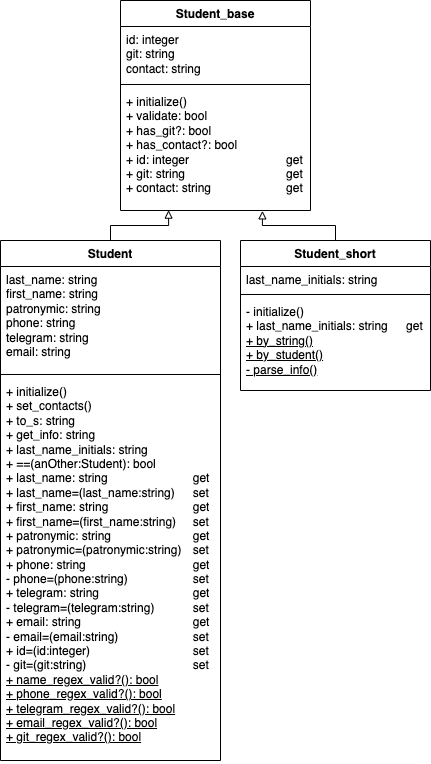
The draw.io diagram Students/UML_Student.png in MishaBlinsky/design_patterns, before a commit. Source tidied: cells renumbered, new cells last; positions are measured from the earlier drawing's top-left corner, leaving out a move shared by most shapes.
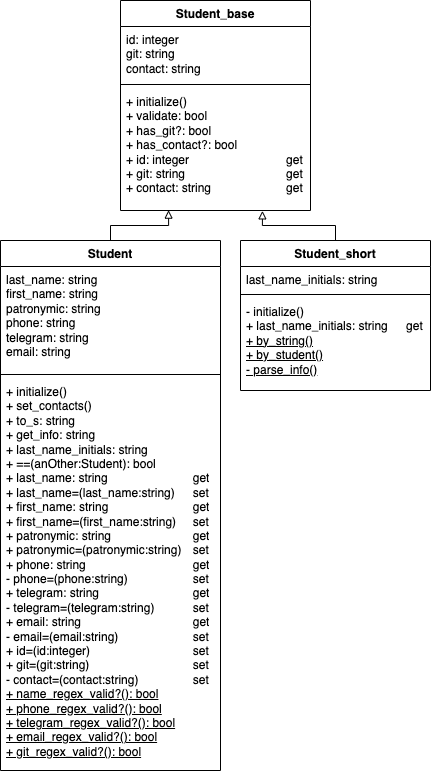
The same diagram one commit later.

Commit message:
Added private contact setter in Student class

Diff of the diagram source:
```diff
@@ -3,7 +3,7 @@
     <mxCell id="0" />
     <mxCell id="1" parent="0" />
     <mxCell id="2" value="Student" style="swimlane;fontStyle=1;align=center;verticalAlign=top;horizontal=1;startSize=26;whiteSpace=wrap;html=1;" parent="1" vertex="1">
-      <mxGeometry y="240" width="220" height="520" as="geometry" />
+      <mxGeometry y="240" width="220" height="530" as="geometry" />
     </mxCell>
     <mxCell id="3" value="last_name: string&lt;div&gt;first_name&lt;span style=&quot;background-color: initial;&quot;&gt;: string&lt;/span&gt;&lt;/div&gt;&lt;div&gt;patronymic&lt;span style=&quot;background-color: initial;&quot;&gt;: string&lt;/span&gt;&lt;/div&gt;&lt;div&gt;phone&lt;span style=&quot;background-color: initial;&quot;&gt;: string&lt;/span&gt;&lt;/div&gt;&lt;div&gt;telegram&lt;span style=&quot;background-color: initial;&quot;&gt;: string&lt;/span&gt;&lt;/div&gt;&lt;div&gt;email&lt;span style=&quot;background-color: initial;&quot;&gt;: string&lt;/span&gt;&lt;/div&gt;" style="text;strokeColor=none;fillColor=none;align=left;verticalAlign=top;spacingLeft=4;spacingRight=4;overflow=hidden;whiteSpace=wrap;html=1;" parent="2" vertex="1">
       <mxGeometry y="26" width="220" height="104" as="geometry" />
@@ -11,8 +11,8 @@
     <mxCell id="4" style="line;strokeWidth=1;fillColor=none;align=left;verticalAlign=middle;spacingTop=-1;spacingLeft=3;spacingRight=3;labelPosition=right;strokeColor=inherit;" parent="2" vertex="1">
       <mxGeometry y="130" width="220" height="8" as="geometry" />
     </mxCell>
-    <mxCell id="5" value="+ initialize()&lt;div&gt;+ set_contacts()&lt;/div&gt;&lt;div&gt;+ to_s&lt;span style=&quot;background-color: initial;&quot;&gt;: string&lt;/span&gt;&lt;/div&gt;&lt;div&gt;&lt;div&gt;+&amp;nbsp;get_info&lt;span style=&quot;background-color: initial;&quot;&gt;: string&lt;/span&gt;&lt;/div&gt;&lt;div&gt;+&amp;nbsp;&lt;span style=&quot;background-color: initial;&quot;&gt;last_name_initials&lt;/span&gt;&lt;span style=&quot;background-color: initial;&quot;&gt;: string&lt;/span&gt;&lt;/div&gt;&lt;div&gt;&lt;span style=&quot;background-color: initial;&quot;&gt;+ ==(anOther:Student): bool&lt;/span&gt;&lt;/div&gt;&lt;div&gt;&lt;span style=&quot;background-color: initial;&quot;&gt;+ last_name: string&lt;/span&gt;&lt;span style=&quot;background-color: initial; white-space: pre;&quot;&gt;&#9;&lt;/span&gt;&lt;span style=&quot;background-color: initial; white-space: pre;&quot;&gt;&#9;&lt;span style=&quot;white-space: pre;&quot;&gt;&#9;&lt;/span&gt;&lt;span style=&quot;white-space: pre;&quot;&gt;&#9;&lt;/span&gt;&lt;/span&gt;&lt;span style=&quot;background-color: initial;&quot;&gt;get&lt;/span&gt;&lt;/div&gt;&lt;/div&gt;&lt;div&gt;+ last_name=(last_name:string)&lt;span style=&quot;white-space: pre;&quot;&gt;&#9;&lt;/span&gt;set&lt;/div&gt;&lt;div&gt;+ first_name: string&lt;span style=&quot;white-space: pre;&quot;&gt;&#9;&lt;/span&gt;&lt;span style=&quot;white-space: pre;&quot;&gt;&#9;&lt;/span&gt;&lt;span style=&quot;white-space: pre;&quot;&gt;&#9;&lt;/span&gt;&lt;span style=&quot;white-space: pre;&quot;&gt;&#9;&lt;/span&gt;get&lt;/div&gt;&lt;div&gt;+ first_name=(first_name:string)&lt;span style=&quot;white-space: pre;&quot;&gt;&#9;&lt;/span&gt;set&lt;/div&gt;&lt;div&gt;+ patronymic: string&lt;span style=&quot;white-space: pre;&quot;&gt;&#9;&lt;/span&gt;&lt;span style=&quot;white-space: pre;&quot;&gt;&#9;&lt;/span&gt;&lt;span style=&quot;white-space: pre;&quot;&gt;&#9;&lt;/span&gt;get&lt;/div&gt;&lt;div&gt;+ patronymic=(patronymic:string)&lt;span style=&quot;white-space: pre;&quot;&gt;&#9;&lt;/span&gt;set&lt;/div&gt;&lt;div&gt;&lt;span style=&quot;background-color: initial;&quot;&gt;+ phone: string&lt;/span&gt;&lt;span style=&quot;background-color: initial; white-space: pre;&quot;&gt;&#9;&lt;/span&gt;&lt;span style=&quot;background-color: initial; white-space: pre;&quot;&gt;&#9;&lt;/span&gt;&lt;span style=&quot;background-color: initial; white-space: pre;&quot;&gt;&#9;&lt;/span&gt;&lt;span style=&quot;background-color: initial; white-space: pre;&quot;&gt;&#9;&lt;/span&gt;&lt;span style=&quot;background-color: initial;&quot;&gt;get&lt;/span&gt;&lt;br&gt;&lt;/div&gt;&lt;div&gt;- phone=(phone:string)&lt;span style=&quot;white-space: pre;&quot;&gt;&#9;&lt;/span&gt;&lt;span style=&quot;white-space: pre;&quot;&gt;&#9;&lt;/span&gt;&lt;span style=&quot;white-space: pre;&quot;&gt;&#9;&lt;/span&gt;set&lt;/div&gt;&lt;div&gt;+ telegram: string&lt;span style=&quot;white-space: pre;&quot;&gt;&#9;&lt;/span&gt;&lt;span style=&quot;white-space: pre;&quot;&gt;&#9;&lt;/span&gt;&lt;span style=&quot;white-space: pre;&quot;&gt;&#9;&lt;/span&gt;&lt;span style=&quot;white-space: pre;&quot;&gt;&#9;&lt;/span&gt;get&lt;/div&gt;&lt;div&gt;- telegram=(telegram:string)&lt;span style=&quot;white-space: pre;&quot;&gt;&#9;&lt;/span&gt;&lt;span style=&quot;white-space: pre;&quot;&gt;&#9;&lt;/span&gt;set&lt;/div&gt;&lt;div&gt;+ email: string&lt;span style=&quot;white-space: pre;&quot;&gt;&#9;&lt;/span&gt;&lt;span style=&quot;white-space: pre;&quot;&gt;&#9;&lt;/span&gt;&lt;span style=&quot;white-space: pre;&quot;&gt;&#9;&lt;/span&gt;&lt;span style=&quot;white-space: pre;&quot;&gt;&#9;&lt;/span&gt;&lt;span style=&quot;white-space: pre;&quot;&gt;&#9;&lt;/span&gt;get&lt;/div&gt;&lt;div&gt;- email=(email:string)&lt;span style=&quot;white-space: pre;&quot;&gt;&#9;&lt;/span&gt;&lt;span style=&quot;white-space: pre;&quot;&gt;&#9;&lt;/span&gt;&lt;span style=&quot;white-space: pre;&quot;&gt;&#9;&lt;/span&gt;set&lt;/div&gt;&lt;div&gt;&lt;div&gt;&lt;span style=&quot;background-color: initial;&quot;&gt;+ id=(id:integer)&lt;/span&gt;&lt;span style=&quot;background-color: initial; white-space: pre;&quot;&gt;&#9;&lt;/span&gt;&lt;span style=&quot;background-color: initial; white-space: pre;&quot;&gt;&#9;&lt;span style=&quot;white-space: pre;&quot;&gt;&#9;&lt;span style=&quot;white-space: pre;&quot;&gt;&#9;&lt;/span&gt;&lt;/span&gt;&lt;/span&gt;&lt;span style=&quot;background-color: initial;&quot;&gt;set&lt;/span&gt;&lt;br&gt;&lt;/div&gt;&lt;div&gt;- git=(git:string)&lt;span style=&quot;white-space: pre;&quot;&gt;&#9;&lt;/span&gt;&lt;span style=&quot;white-space: pre;&quot;&gt;&#9;&lt;span style=&quot;white-space: pre;&quot;&gt;&#9;&lt;span style=&quot;white-space: pre;&quot;&gt;&#9;&lt;/span&gt;&lt;/span&gt;&lt;/span&gt;set&lt;/div&gt;&lt;/div&gt;&lt;div&gt;&lt;u style=&quot;background-color: initial;&quot;&gt;+ name_regex_valid?(): bool&lt;/u&gt;&lt;/div&gt;&lt;div&gt;&lt;u&gt;+ phone_regex_valid?(): bool&lt;/u&gt;&lt;/div&gt;&lt;div&gt;&lt;div&gt;&lt;u&gt;+ telegram_regex_valid?(): bool&lt;/u&gt;&lt;/div&gt;&lt;div&gt;&lt;u&gt;+ email_regex_valid?(): bool&lt;/u&gt;&lt;/div&gt;&lt;/div&gt;&lt;div&gt;&lt;u&gt;+ git_regex_valid?(): bool&lt;/u&gt;&lt;/div&gt;" style="text;strokeColor=none;fillColor=none;align=left;verticalAlign=top;spacingLeft=4;spacingRight=4;overflow=hidden;whiteSpace=wrap;html=1;" parent="2" vertex="1">
-      <mxGeometry y="138" width="220" height="382" as="geometry" />
+    <mxCell id="5" value="+ initialize()&lt;div&gt;+ set_contacts()&lt;/div&gt;&lt;div&gt;+ to_s&lt;span style=&quot;background-color: initial;&quot;&gt;: string&lt;/span&gt;&lt;/div&gt;&lt;div&gt;&lt;div&gt;+&amp;nbsp;get_info&lt;span style=&quot;background-color: initial;&quot;&gt;: string&lt;/span&gt;&lt;/div&gt;&lt;div&gt;+&amp;nbsp;&lt;span style=&quot;background-color: initial;&quot;&gt;last_name_initials&lt;/span&gt;&lt;span style=&quot;background-color: initial;&quot;&gt;: string&lt;/span&gt;&lt;/div&gt;&lt;div&gt;&lt;span style=&quot;background-color: initial;&quot;&gt;+ ==(anOther:Student): bool&lt;/span&gt;&lt;/div&gt;&lt;div&gt;&lt;span style=&quot;background-color: initial;&quot;&gt;+ last_name: string&lt;/span&gt;&lt;span style=&quot;background-color: initial; white-space: pre;&quot;&gt;&#9;&lt;/span&gt;&lt;span style=&quot;background-color: initial; white-space: pre;&quot;&gt;&#9;&lt;span style=&quot;white-space: pre;&quot;&gt;&#9;&lt;/span&gt;&lt;span style=&quot;white-space: pre;&quot;&gt;&#9;&lt;/span&gt;&lt;/span&gt;&lt;span style=&quot;background-color: initial;&quot;&gt;get&lt;/span&gt;&lt;/div&gt;&lt;/div&gt;&lt;div&gt;+ last_name=(last_name:string)&lt;span style=&quot;white-space: pre;&quot;&gt;&#9;&lt;/span&gt;set&lt;/div&gt;&lt;div&gt;+ first_name: string&lt;span style=&quot;white-space: pre;&quot;&gt;&#9;&lt;/span&gt;&lt;span style=&quot;white-space: pre;&quot;&gt;&#9;&lt;/span&gt;&lt;span style=&quot;white-space: pre;&quot;&gt;&#9;&lt;/span&gt;&lt;span style=&quot;white-space: pre;&quot;&gt;&#9;&lt;/span&gt;get&lt;/div&gt;&lt;div&gt;+ first_name=(first_name:string)&lt;span style=&quot;white-space: pre;&quot;&gt;&#9;&lt;/span&gt;set&lt;/div&gt;&lt;div&gt;+ patronymic: string&lt;span style=&quot;white-space: pre;&quot;&gt;&#9;&lt;/span&gt;&lt;span style=&quot;white-space: pre;&quot;&gt;&#9;&lt;/span&gt;&lt;span style=&quot;white-space: pre;&quot;&gt;&#9;&lt;/span&gt;get&lt;/div&gt;&lt;div&gt;+ patronymic=(patronymic:string)&lt;span style=&quot;white-space: pre;&quot;&gt;&#9;&lt;/span&gt;set&lt;/div&gt;&lt;div&gt;&lt;span style=&quot;background-color: initial;&quot;&gt;+ phone: string&lt;/span&gt;&lt;span style=&quot;background-color: initial; white-space: pre;&quot;&gt;&#9;&lt;/span&gt;&lt;span style=&quot;background-color: initial; white-space: pre;&quot;&gt;&#9;&lt;/span&gt;&lt;span style=&quot;background-color: initial; white-space: pre;&quot;&gt;&#9;&lt;/span&gt;&lt;span style=&quot;background-color: initial; white-space: pre;&quot;&gt;&#9;&lt;/span&gt;&lt;span style=&quot;background-color: initial;&quot;&gt;get&lt;/span&gt;&lt;br&gt;&lt;/div&gt;&lt;div&gt;- phone=(phone:string)&lt;span style=&quot;white-space: pre;&quot;&gt;&#9;&lt;/span&gt;&lt;span style=&quot;white-space: pre;&quot;&gt;&#9;&lt;/span&gt;&lt;span style=&quot;white-space: pre;&quot;&gt;&#9;&lt;/span&gt;set&lt;/div&gt;&lt;div&gt;+ telegram: string&lt;span style=&quot;white-space: pre;&quot;&gt;&#9;&lt;/span&gt;&lt;span style=&quot;white-space: pre;&quot;&gt;&#9;&lt;/span&gt;&lt;span style=&quot;white-space: pre;&quot;&gt;&#9;&lt;/span&gt;&lt;span style=&quot;white-space: pre;&quot;&gt;&#9;&lt;/span&gt;get&lt;/div&gt;&lt;div&gt;- telegram=(telegram:string)&lt;span style=&quot;white-space: pre;&quot;&gt;&#9;&lt;/span&gt;&lt;span style=&quot;white-space: pre;&quot;&gt;&#9;&lt;/span&gt;set&lt;/div&gt;&lt;div&gt;+ email: string&lt;span style=&quot;white-space: pre;&quot;&gt;&#9;&lt;/span&gt;&lt;span style=&quot;white-space: pre;&quot;&gt;&#9;&lt;/span&gt;&lt;span style=&quot;white-space: pre;&quot;&gt;&#9;&lt;/span&gt;&lt;span style=&quot;white-space: pre;&quot;&gt;&#9;&lt;/span&gt;&lt;span style=&quot;white-space: pre;&quot;&gt;&#9;&lt;/span&gt;get&lt;/div&gt;&lt;div&gt;- email=(email:string)&lt;span style=&quot;white-space: pre;&quot;&gt;&#9;&lt;/span&gt;&lt;span style=&quot;white-space: pre;&quot;&gt;&#9;&lt;/span&gt;&lt;span style=&quot;white-space: pre;&quot;&gt;&#9;&lt;/span&gt;set&lt;/div&gt;&lt;div&gt;&lt;div&gt;&lt;span style=&quot;background-color: initial;&quot;&gt;+ id=(id:integer)&lt;/span&gt;&lt;span style=&quot;background-color: initial; white-space: pre;&quot;&gt;&#9;&lt;/span&gt;&lt;span style=&quot;background-color: initial; white-space: pre;&quot;&gt;&#9;&lt;span style=&quot;white-space: pre;&quot;&gt;&#9;&lt;span style=&quot;white-space: pre;&quot;&gt;&#9;&lt;/span&gt;&lt;/span&gt;&lt;/span&gt;&lt;span style=&quot;background-color: initial;&quot;&gt;set&lt;/span&gt;&lt;br&gt;&lt;/div&gt;&lt;div&gt;+ git=(git:string)&lt;span style=&quot;white-space: pre;&quot;&gt;&#9;&lt;/span&gt;&lt;span style=&quot;white-space: pre;&quot;&gt;&#9;&lt;span style=&quot;white-space: pre;&quot;&gt;&#9;&lt;span style=&quot;white-space: pre;&quot;&gt;&#9;&lt;/span&gt;&lt;/span&gt;&lt;/span&gt;set&lt;/div&gt;&lt;/div&gt;&lt;div&gt;- contact=(contact:string)&lt;span style=&quot;white-space: pre;&quot;&gt;&#9;&lt;/span&gt;&lt;span style=&quot;white-space: pre;&quot;&gt;&#9;&lt;/span&gt;set&lt;/div&gt;&lt;div&gt;&lt;u style=&quot;background-color: initial;&quot;&gt;+ name_regex_valid?(): bool&lt;/u&gt;&lt;/div&gt;&lt;div&gt;&lt;u&gt;+ phone_regex_valid?(): bool&lt;/u&gt;&lt;/div&gt;&lt;div&gt;&lt;div&gt;&lt;u&gt;+ telegram_regex_valid?(): bool&lt;/u&gt;&lt;/div&gt;&lt;div&gt;&lt;u&gt;+ email_regex_valid?(): bool&lt;/u&gt;&lt;/div&gt;&lt;/div&gt;&lt;div&gt;&lt;u&gt;+ git_regex_valid?(): bool&lt;/u&gt;&lt;/div&gt;" style="text;strokeColor=none;fillColor=none;align=left;verticalAlign=top;spacingLeft=4;spacingRight=4;overflow=hidden;whiteSpace=wrap;html=1;" parent="2" vertex="1">
+      <mxGeometry y="138" width="220" height="392" as="geometry" />
     </mxCell>
     <mxCell id="6" value="Student_base" style="swimlane;fontStyle=1;align=center;verticalAlign=top;horizontal=1;startSize=26;whiteSpace=wrap;html=1;" parent="1" vertex="1">
       <mxGeometry x="120" width="190" height="210" as="geometry" />
```
